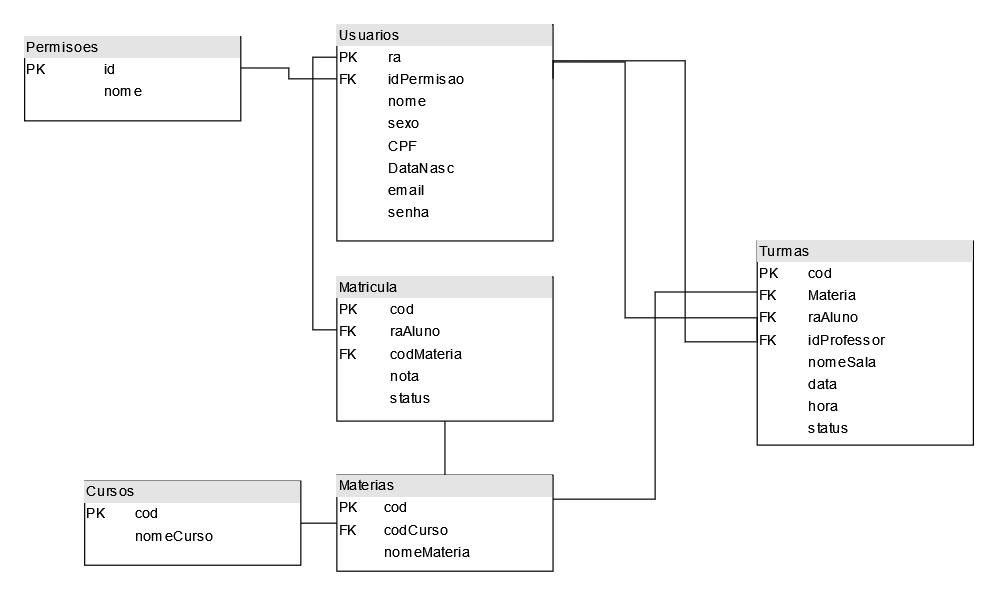
Before: db/Diagrama Banco de dados3.drawio.png, a diagram exported from draw.io (DevGuilhermeAraujo/ESUBE-Plataforma-Institucional). Source tidied: cells renumbered, new cells last; positions are measured from the earlier drawing's top-left corner, leaving out a move shared by most shapes. The source it was exported from:
```xml
<mxGraphModel>
  <root>
    <mxCell id="0" />
    <mxCell id="1" parent="0" />
    <mxCell id="2" value="&lt;div style=&quot;box-sizing:border-box;width:100%;background:#e4e4e4;padding:2px;&quot;&gt;Usuarios&lt;br&gt;&lt;/div&gt;&lt;table style=&quot;width:100%;font-size:1em;&quot; cellpadding=&quot;2&quot; cellspacing=&quot;0&quot;&gt;&lt;tbody&gt;&lt;tr&gt;&lt;td&gt;PK&lt;/td&gt;&lt;td&gt;ra&lt;br&gt;&lt;/td&gt;&lt;/tr&gt;&lt;tr&gt;&lt;td&gt;FK&lt;br&gt;&lt;/td&gt;&lt;td&gt;idPermisao&lt;br&gt;&lt;/td&gt;&lt;/tr&gt;&lt;tr&gt;&lt;td&gt;&lt;br&gt;&lt;/td&gt;&lt;td&gt;nome&lt;br&gt;&lt;/td&gt;&lt;/tr&gt;&lt;tr&gt;&lt;td&gt;&lt;br&gt;&lt;/td&gt;&lt;td&gt;sexo&lt;/td&gt;&lt;/tr&gt;&lt;tr&gt;&lt;td&gt;&lt;br&gt;&lt;/td&gt;&lt;td&gt;CPF&lt;br&gt;&lt;/td&gt;&lt;/tr&gt;&lt;tr&gt;&lt;td&gt;&lt;br&gt;&lt;/td&gt;&lt;td&gt;DataNasc&lt;br&gt;&lt;/td&gt;&lt;/tr&gt;&lt;tr&gt;&lt;td&gt;&lt;/td&gt;&lt;td&gt;email&lt;br&gt;&lt;/td&gt;&lt;/tr&gt;&lt;tr&gt;&lt;td&gt;&lt;br&gt;&lt;/td&gt;&lt;td&gt;senha&lt;/td&gt;&lt;/tr&gt;&lt;/tbody&gt;&lt;/table&gt;" style="verticalAlign=top;align=left;overflow=fill;html=1;whiteSpace=wrap;" parent="1" vertex="1">
      <mxGeometry x="260" width="180" height="180" as="geometry" />
    </mxCell>
    <mxCell id="3" style="edgeStyle=orthogonalEdgeStyle;rounded=0;jettySize=auto;html=1;exitX=0;exitY=0.25;exitDx=0;exitDy=0;entryX=1;entryY=0.25;entryDx=0;entryDy=0;endArrow=none;endFill=0;" parent="1" edge="1" source="4" target="14">
      <mxGeometry relative="1" as="geometry" />
    </mxCell>
    <mxCell id="4" value="&lt;div style=&quot;box-sizing:border-box;width:100%;background:#e4e4e4;padding:2px;&quot;&gt;Turmas&lt;/div&gt;&lt;table style=&quot;width:100%;font-size:1em;&quot; cellpadding=&quot;2&quot; cellspacing=&quot;0&quot;&gt;&lt;tbody&gt;&lt;tr&gt;&lt;td&gt;PK&lt;/td&gt;&lt;td&gt;cod&lt;br&gt;&lt;/td&gt;&lt;/tr&gt;&lt;tr&gt;&lt;td&gt;FK&lt;br&gt;&lt;/td&gt;&lt;td&gt;Materia&lt;br&gt;&lt;/td&gt;&lt;/tr&gt;&lt;tr&gt;&lt;td&gt;FK&lt;br&gt;&lt;/td&gt;&lt;td&gt;raAluno&lt;br&gt;&lt;/td&gt;&lt;/tr&gt;&lt;tr&gt;&lt;td&gt;FK&lt;br&gt;&lt;/td&gt;&lt;td&gt;idProfessor&lt;br&gt;&lt;/td&gt;&lt;/tr&gt;&lt;tr&gt;&lt;td&gt;&lt;br&gt;&lt;/td&gt;&lt;td&gt;nomeSala&lt;/td&gt;&lt;/tr&gt;&lt;tr&gt;&lt;td&gt;&lt;br&gt;&lt;/td&gt;&lt;td&gt;data&lt;br&gt;&lt;/td&gt;&lt;/tr&gt;&lt;tr&gt;&lt;td&gt;&lt;br&gt;&lt;/td&gt;&lt;td&gt;hora&lt;br&gt;&lt;/td&gt;&lt;/tr&gt;&lt;tr&gt;&lt;td&gt;&lt;br&gt;&lt;/td&gt;&lt;td&gt;status&lt;br&gt;&lt;/td&gt;&lt;/tr&gt;&lt;/tbody&gt;&lt;/table&gt;" style="verticalAlign=top;align=left;overflow=fill;html=1;whiteSpace=wrap;" parent="1" vertex="1">
      <mxGeometry x="610" y="180" width="180" height="170" as="geometry" />
    </mxCell>
    <mxCell id="5" value="&lt;div style=&quot;box-sizing:border-box;width:100%;background:#e4e4e4;padding:2px;&quot;&gt;Cursos&lt;br&gt;&lt;/div&gt;&lt;table style=&quot;width:100%;font-size:1em;&quot; cellpadding=&quot;2&quot; cellspacing=&quot;0&quot;&gt;&lt;tbody&gt;&lt;tr&gt;&lt;td&gt;PK&lt;/td&gt;&lt;td&gt;cod&lt;br&gt;&lt;/td&gt;&lt;/tr&gt;&lt;tr&gt;&lt;td&gt;&lt;br&gt;&lt;/td&gt;&lt;td&gt;nomeCurso&lt;br&gt;&lt;/td&gt;&lt;/tr&gt;&lt;tr&gt;&lt;td&gt;&lt;br&gt;&lt;/td&gt;&lt;td&gt;&lt;br&gt;&lt;/td&gt;&lt;/tr&gt;&lt;tr&gt;&lt;td&gt;&lt;/td&gt;&lt;td&gt;&lt;br&gt;&lt;/td&gt;&lt;/tr&gt;&lt;/tbody&gt;&lt;/table&gt;" style="verticalAlign=top;align=left;overflow=fill;html=1;whiteSpace=wrap;" parent="1" vertex="1">
      <mxGeometry x="50" y="380" width="180" height="70" as="geometry" />
    </mxCell>
    <mxCell id="6" style="edgeStyle=orthogonalEdgeStyle;rounded=0;jettySize=auto;html=1;exitX=0.011;exitY=0.4;exitDx=0;exitDy=0;entryX=0;entryY=0.15;entryDx=0;entryDy=0;endArrow=none;endFill=0;exitPerimeter=0;entryPerimeter=0;" parent="1" edge="1" source="8" target="2">
      <mxGeometry relative="1" as="geometry">
        <Array as="points">
          <mxPoint x="240" y="254" />
          <mxPoint x="240" y="27" />
        </Array>
      </mxGeometry>
    </mxCell>
    <mxCell id="7" style="edgeStyle=orthogonalEdgeStyle;rounded=0;jettySize=auto;html=1;exitX=0.5;exitY=1;exitDx=0;exitDy=0;entryX=0.5;entryY=0;entryDx=0;entryDy=0;endArrow=none;endFill=0;" parent="1" edge="1" source="8" target="14">
      <mxGeometry relative="1" as="geometry" />
    </mxCell>
    <mxCell id="8" value="&lt;div style=&quot;box-sizing:border-box;width:100%;background:#e4e4e4;padding:2px;&quot;&gt;Matricula&lt;/div&gt;&lt;table style=&quot;width:100%;font-size:1em;&quot; cellpadding=&quot;2&quot; cellspacing=&quot;0&quot;&gt;&lt;tbody&gt;&lt;tr&gt;&lt;td&gt;PK&lt;/td&gt;&lt;td&gt;cod&lt;br&gt;&lt;/td&gt;&lt;/tr&gt;&lt;tr&gt;&lt;td&gt;FK&lt;/td&gt;&lt;td&gt;raAluno&lt;br&gt;&lt;/td&gt;&lt;/tr&gt;&lt;tr&gt;&lt;td&gt;FK&lt;br&gt;&lt;/td&gt;&lt;td&gt;codMateria&lt;br&gt;&lt;/td&gt;&lt;/tr&gt;&lt;tr&gt;&lt;td&gt;&lt;br&gt;&lt;/td&gt;&lt;td&gt;nota&lt;/td&gt;&lt;/tr&gt;&lt;tr&gt;&lt;td&gt;&lt;br&gt;&lt;/td&gt;&lt;td&gt;status&lt;br&gt;&lt;/td&gt;&lt;/tr&gt;&lt;/tbody&gt;&lt;/table&gt;" style="verticalAlign=top;align=left;overflow=fill;html=1;whiteSpace=wrap;" parent="1" vertex="1">
      <mxGeometry x="260" y="210" width="180" height="120" as="geometry" />
    </mxCell>
    <mxCell id="9" style="edgeStyle=orthogonalEdgeStyle;rounded=0;jettySize=auto;html=1;exitX=1;exitY=0.25;exitDx=0;exitDy=0;endArrow=none;endFill=0;" parent="1" edge="1" source="2">
      <mxGeometry relative="1" as="geometry">
        <mxPoint x="609" y="264" as="targetPoint" />
        <Array as="points">
          <mxPoint x="440" y="30" />
          <mxPoint x="550" y="30" />
          <mxPoint x="550" y="264" />
        </Array>
      </mxGeometry>
    </mxCell>
    <mxCell id="10" style="edgeStyle=orthogonalEdgeStyle;rounded=0;jettySize=auto;html=1;exitX=1;exitY=0.172;exitDx=0;exitDy=0;entryX=0;entryY=0.5;entryDx=0;entryDy=0;endArrow=none;endFill=0;exitPerimeter=0;" parent="1" edge="1" source="2" target="4">
      <mxGeometry relative="1" as="geometry">
        <Array as="points">
          <mxPoint x="500" y="31" />
          <mxPoint x="500" y="244" />
          <mxPoint x="610" y="244" />
        </Array>
      </mxGeometry>
    </mxCell>
    <mxCell id="11" style="rounded=0;jettySize=auto;html=1;exitX=1;exitY=0.371;exitDx=0;exitDy=0;entryX=0;entryY=0.25;entryDx=0;entryDy=0;endArrow=none;endFill=0;exitPerimeter=0;edgeStyle=orthogonalEdgeStyle;" parent="1" edge="1" source="12" target="2">
      <mxGeometry relative="1" as="geometry" />
    </mxCell>
    <mxCell id="12" value="&lt;div style=&quot;box-sizing:border-box;width:100%;background:#e4e4e4;padding:2px;&quot;&gt;Permisoes&lt;br&gt;&lt;/div&gt;&lt;table style=&quot;width:100%;font-size:1em;&quot; cellpadding=&quot;2&quot; cellspacing=&quot;0&quot;&gt;&lt;tbody&gt;&lt;tr&gt;&lt;td&gt;PK&lt;/td&gt;&lt;td&gt;id&lt;/td&gt;&lt;/tr&gt;&lt;tr&gt;&lt;td&gt;&lt;br&gt;&lt;/td&gt;&lt;td&gt;nome&lt;/td&gt;&lt;/tr&gt;&lt;/tbody&gt;&lt;/table&gt;" style="verticalAlign=top;align=left;overflow=fill;html=1;whiteSpace=wrap;" parent="1" vertex="1">
      <mxGeometry y="10" width="180" height="70" as="geometry" />
    </mxCell>
    <mxCell id="13" style="edgeStyle=orthogonalEdgeStyle;rounded=0;jettySize=auto;html=1;exitX=0;exitY=0.5;exitDx=0;exitDy=0;endArrow=none;endFill=0;entryX=1;entryY=0.5;entryDx=0;entryDy=0;" parent="1" edge="1" source="14" target="5">
      <mxGeometry relative="1" as="geometry" />
    </mxCell>
    <mxCell id="14" value="&lt;div style=&quot;box-sizing:border-box;width:100%;background:#e4e4e4;padding:2px;&quot;&gt;Materias&lt;br&gt;&lt;/div&gt;&lt;table style=&quot;width:100%;font-size:1em;&quot; cellpadding=&quot;2&quot; cellspacing=&quot;0&quot;&gt;&lt;tbody&gt;&lt;tr&gt;&lt;td&gt;PK&lt;/td&gt;&lt;td&gt;cod&lt;br&gt;&lt;/td&gt;&lt;/tr&gt;&lt;tr&gt;&lt;td&gt;FK&lt;br&gt;&lt;/td&gt;&lt;td&gt;codCurso&lt;br&gt;&lt;/td&gt;&lt;/tr&gt;&lt;tr&gt;&lt;td&gt;&lt;br&gt;&lt;/td&gt;&lt;td&gt;nomeMateria&lt;/td&gt;&lt;/tr&gt;&lt;tr&gt;&lt;td&gt;&lt;br&gt;&lt;/td&gt;&lt;td&gt;&lt;br&gt;&lt;/td&gt;&lt;/tr&gt;&lt;tr&gt;&lt;td&gt;&lt;/td&gt;&lt;td&gt;&lt;br&gt;&lt;/td&gt;&lt;/tr&gt;&lt;/tbody&gt;&lt;/table&gt;" style="verticalAlign=top;align=left;overflow=fill;html=1;whiteSpace=wrap;" parent="1" vertex="1">
      <mxGeometry x="260" y="375" width="180" height="80" as="geometry" />
    </mxCell>
  </root>
</mxGraphModel>
```
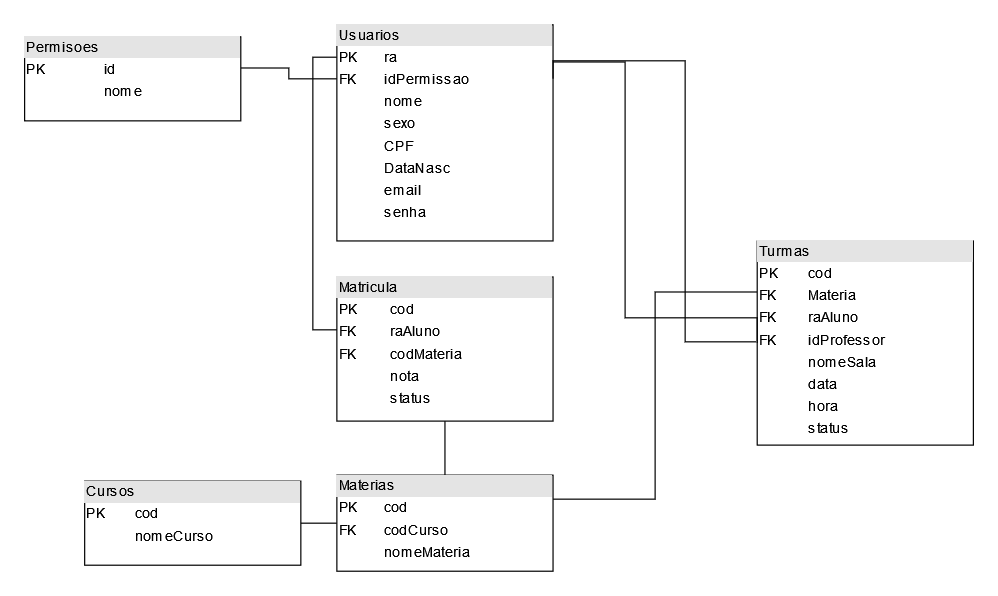
After the commit.

Commit message:
Banco de Dados

Primeira versão do banco de dados.

Diff of the diagram source:
```diff
@@ -2,7 +2,7 @@
   <root>
     <mxCell id="0" />
     <mxCell id="1" parent="0" />
-    <mxCell id="2" value="&lt;div style=&quot;box-sizing:border-box;width:100%;background:#e4e4e4;padding:2px;&quot;&gt;Usuarios&lt;br&gt;&lt;/div&gt;&lt;table style=&quot;width:100%;font-size:1em;&quot; cellpadding=&quot;2&quot; cellspacing=&quot;0&quot;&gt;&lt;tbody&gt;&lt;tr&gt;&lt;td&gt;PK&lt;/td&gt;&lt;td&gt;ra&lt;br&gt;&lt;/td&gt;&lt;/tr&gt;&lt;tr&gt;&lt;td&gt;FK&lt;br&gt;&lt;/td&gt;&lt;td&gt;idPermisao&lt;br&gt;&lt;/td&gt;&lt;/tr&gt;&lt;tr&gt;&lt;td&gt;&lt;br&gt;&lt;/td&gt;&lt;td&gt;nome&lt;br&gt;&lt;/td&gt;&lt;/tr&gt;&lt;tr&gt;&lt;td&gt;&lt;br&gt;&lt;/td&gt;&lt;td&gt;sexo&lt;/td&gt;&lt;/tr&gt;&lt;tr&gt;&lt;td&gt;&lt;br&gt;&lt;/td&gt;&lt;td&gt;CPF&lt;br&gt;&lt;/td&gt;&lt;/tr&gt;&lt;tr&gt;&lt;td&gt;&lt;br&gt;&lt;/td&gt;&lt;td&gt;DataNasc&lt;br&gt;&lt;/td&gt;&lt;/tr&gt;&lt;tr&gt;&lt;td&gt;&lt;/td&gt;&lt;td&gt;email&lt;br&gt;&lt;/td&gt;&lt;/tr&gt;&lt;tr&gt;&lt;td&gt;&lt;br&gt;&lt;/td&gt;&lt;td&gt;senha&lt;/td&gt;&lt;/tr&gt;&lt;/tbody&gt;&lt;/table&gt;" style="verticalAlign=top;align=left;overflow=fill;html=1;whiteSpace=wrap;" parent="1" vertex="1">
+    <mxCell id="2" value="&lt;div style=&quot;box-sizing:border-box;width:100%;background:#e4e4e4;padding:2px;&quot;&gt;Usuarios&lt;br&gt;&lt;/div&gt;&lt;table style=&quot;width:100%;font-size:1em;&quot; cellpadding=&quot;2&quot; cellspacing=&quot;0&quot;&gt;&lt;tbody&gt;&lt;tr&gt;&lt;td&gt;PK&lt;/td&gt;&lt;td&gt;ra&lt;br&gt;&lt;/td&gt;&lt;/tr&gt;&lt;tr&gt;&lt;td&gt;FK&lt;br&gt;&lt;/td&gt;&lt;td&gt;idPermissao&lt;br&gt;&lt;/td&gt;&lt;/tr&gt;&lt;tr&gt;&lt;td&gt;&lt;br&gt;&lt;/td&gt;&lt;td&gt;nome&lt;br&gt;&lt;/td&gt;&lt;/tr&gt;&lt;tr&gt;&lt;td&gt;&lt;br&gt;&lt;/td&gt;&lt;td&gt;sexo&lt;/td&gt;&lt;/tr&gt;&lt;tr&gt;&lt;td&gt;&lt;br&gt;&lt;/td&gt;&lt;td&gt;CPF&lt;br&gt;&lt;/td&gt;&lt;/tr&gt;&lt;tr&gt;&lt;td&gt;&lt;br&gt;&lt;/td&gt;&lt;td&gt;DataNasc&lt;br&gt;&lt;/td&gt;&lt;/tr&gt;&lt;tr&gt;&lt;td&gt;&lt;/td&gt;&lt;td&gt;email&lt;br&gt;&lt;/td&gt;&lt;/tr&gt;&lt;tr&gt;&lt;td&gt;&lt;br&gt;&lt;/td&gt;&lt;td&gt;senha&lt;/td&gt;&lt;/tr&gt;&lt;/tbody&gt;&lt;/table&gt;" style="verticalAlign=top;align=left;overflow=fill;html=1;whiteSpace=wrap;" parent="1" vertex="1">
       <mxGeometry x="260" width="180" height="180" as="geometry" />
     </mxCell>
     <mxCell id="3" style="edgeStyle=orthogonalEdgeStyle;rounded=0;jettySize=auto;html=1;exitX=0;exitY=0.25;exitDx=0;exitDy=0;entryX=1;entryY=0.25;entryDx=0;entryDy=0;endArrow=none;endFill=0;" parent="1" edge="1" source="4" target="14">
```
